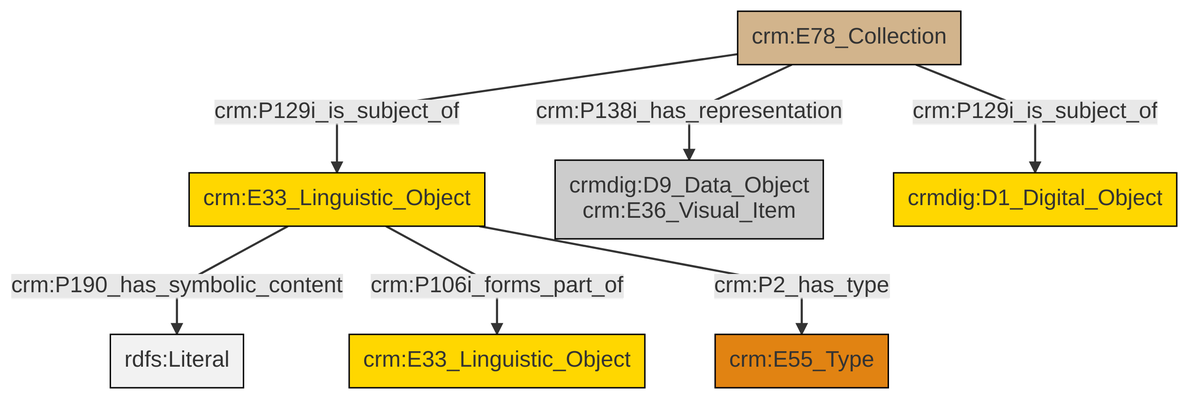
Above: et/archivalCSV/ttl/mmd/png/archival_docs.png in swiss-art-research-net/docs.swissartresearch (Mermaid), before the change. Its source is kept beside it as et/archivalCSV/ttl/mmd/archival_docs.ttl.mmd.
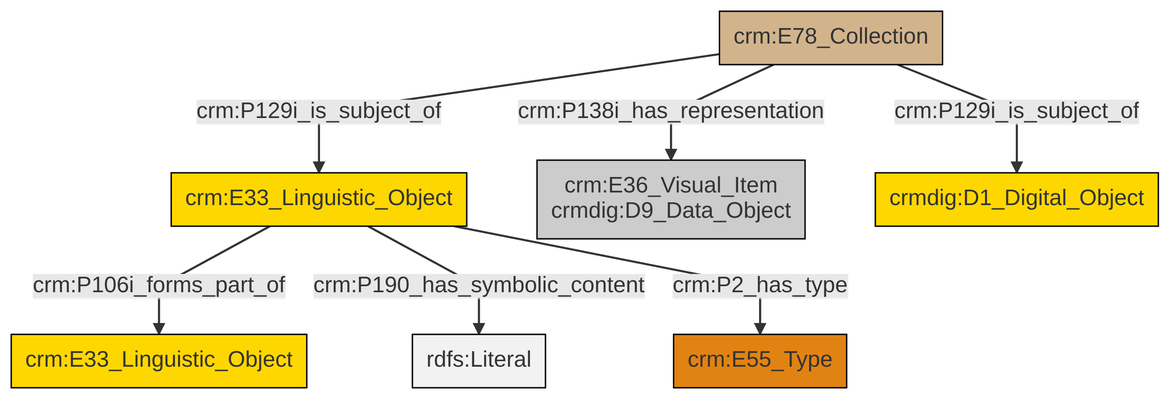
Above is the later version.

What changed in the source:
```diff
@@ -13,9 +13,9 @@
 classDef PC_Classes fill:#4ce600, stroke:#000000;
 classDef Multi fill:#cccccc,stroke:#000000;
 
-0["crm:E33_Linguistic_Object"]:::Conceptual_Object -->|crm:P190_has_symbolic_content| 2[rdfs:Literal]:::Literal
-0["crm:E33_Linguistic_Object"]:::Conceptual_Object -->|crm:P106i_forms_part_of| 3["crm:E33_Linguistic_Object"]:::Conceptual_Object
-9["crm:E78_Collection"]:::Physical_Thing -->|crm:P129i_is_subject_of| 0["crm:E33_Linguistic_Object"]:::Conceptual_Object
-0["crm:E33_Linguistic_Object"]:::Conceptual_Object -->|crm:P2_has_type| 7["crm:E55_Type"]:::Type
-9["crm:E78_Collection"]:::Physical_Thing -->|crm:P138i_has_representation| 5["crmdig:D9_Data_Object<br>crm:E36_Visual_Item"]:::Multi
-9["crm:E78_Collection"]:::Physical_Thing -->|crm:P129i_is_subject_of| 10["crmdig:D1_Digital_Object"]:::Conceptual_Object
+2["crm:E33_Linguistic_Object"]:::Conceptual_Object -->|crm:P106i_forms_part_of| 3["crm:E33_Linguistic_Object"]:::Conceptual_Object
+2["crm:E33_Linguistic_Object"]:::Conceptual_Object -->|crm:P190_has_symbolic_content| 6[rdfs:Literal]:::Literal
+0["crm:E78_Collection"]:::Physical_Thing -->|crm:P129i_is_subject_of| 2["crm:E33_Linguistic_Object"]:::Conceptual_Object
+0["crm:E78_Collection"]:::Physical_Thing -->|crm:P129i_is_subject_of| 9["crmdig:D1_Digital_Object"]:::Conceptual_Object
+2["crm:E33_Linguistic_Object"]:::Conceptual_Object -->|crm:P2_has_type| 4["crm:E55_Type"]:::Type
+0["crm:E78_Collection"]:::Physical_Thing -->|crm:P138i_has_representation| 7["crm:E36_Visual_Item<br>crmdig:D9_Data_Object"]:::Multi
```
